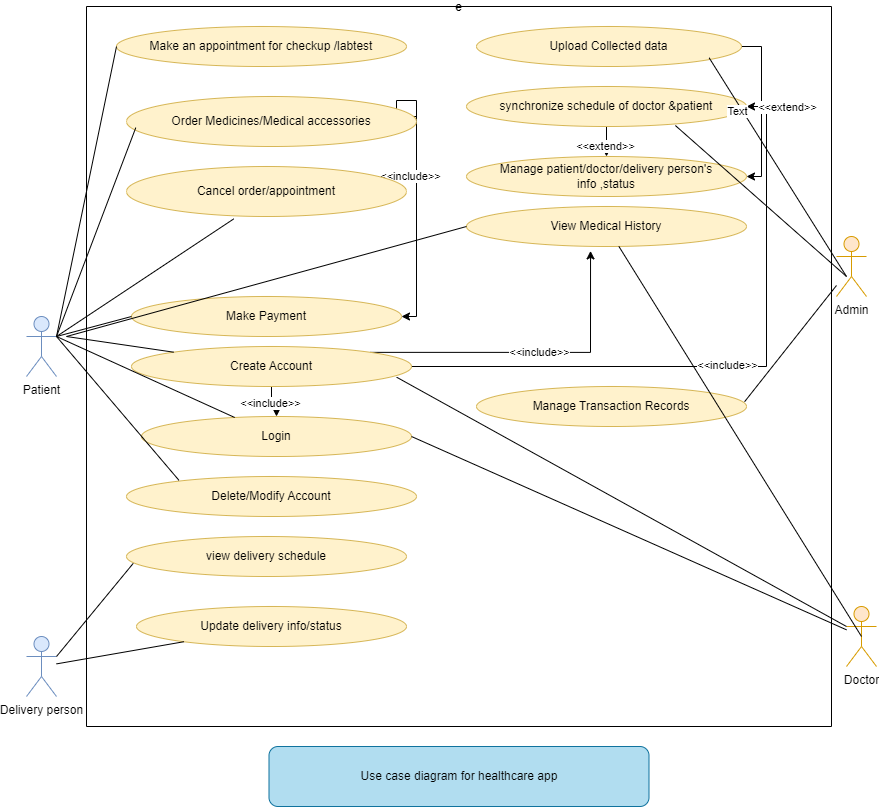
Before: medtech_maven_usecase_diagram.png, a diagram exported from draw.io (TRISHAHALDER/Medtech_Maven_usecase_diagram). Source tidied: cells renumbered, new cells last; positions are measured from the earlier drawing's top-left corner, leaving out a move shared by most shapes.
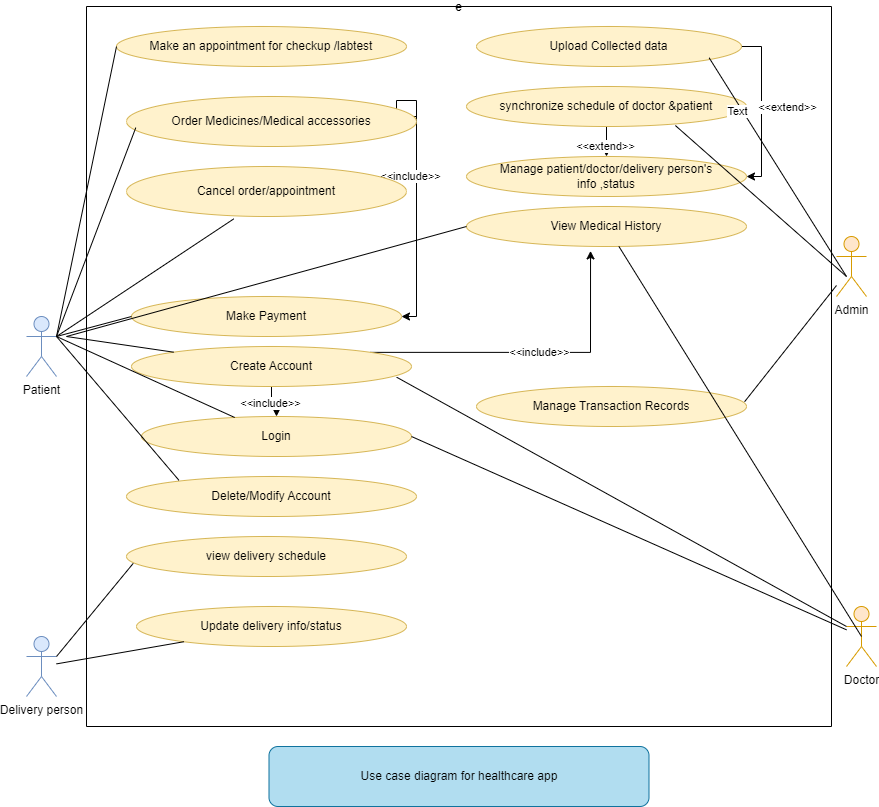
Above is the later version.

What changed in the source:
```diff
@@ -15,12 +15,6 @@
     <mxCell id="4" value="&amp;lt;&amp;lt;include&amp;gt;&amp;gt;" style="edgeLabel;html=1;align=center;verticalAlign=middle;" parent="3" vertex="1">
       <mxGeometry x="0.05" relative="1" as="geometry" />
     </mxCell>
-    <mxCell id="5" style="edgeStyle=orthogonalEdgeStyle;rounded=0;jettySize=auto;html=1;exitX=1;exitY=0.5;exitDx=0;exitDy=0;entryX=1;entryY=0.5;entryDx=0;entryDy=0;" parent="2" edge="1" source="9" target="16">
-      <mxGeometry relative="1" as="geometry" />
-    </mxCell>
-    <mxCell id="6" value="&amp;lt;&amp;lt;include&amp;gt;&amp;gt;" style="edgeLabel;html=1;align=center;verticalAlign=middle;" parent="5" vertex="1">
-      <mxGeometry x="-0.01" y="2" relative="1" as="geometry" />
-    </mxCell>
     <mxCell id="7" style="edgeStyle=orthogonalEdgeStyle;rounded=0;jettySize=auto;html=1;exitX=0.5;exitY=1;exitDx=0;exitDy=0;" parent="2" edge="1" source="9" target="11">
       <mxGeometry relative="1" as="geometry" />
     </mxCell>
```
